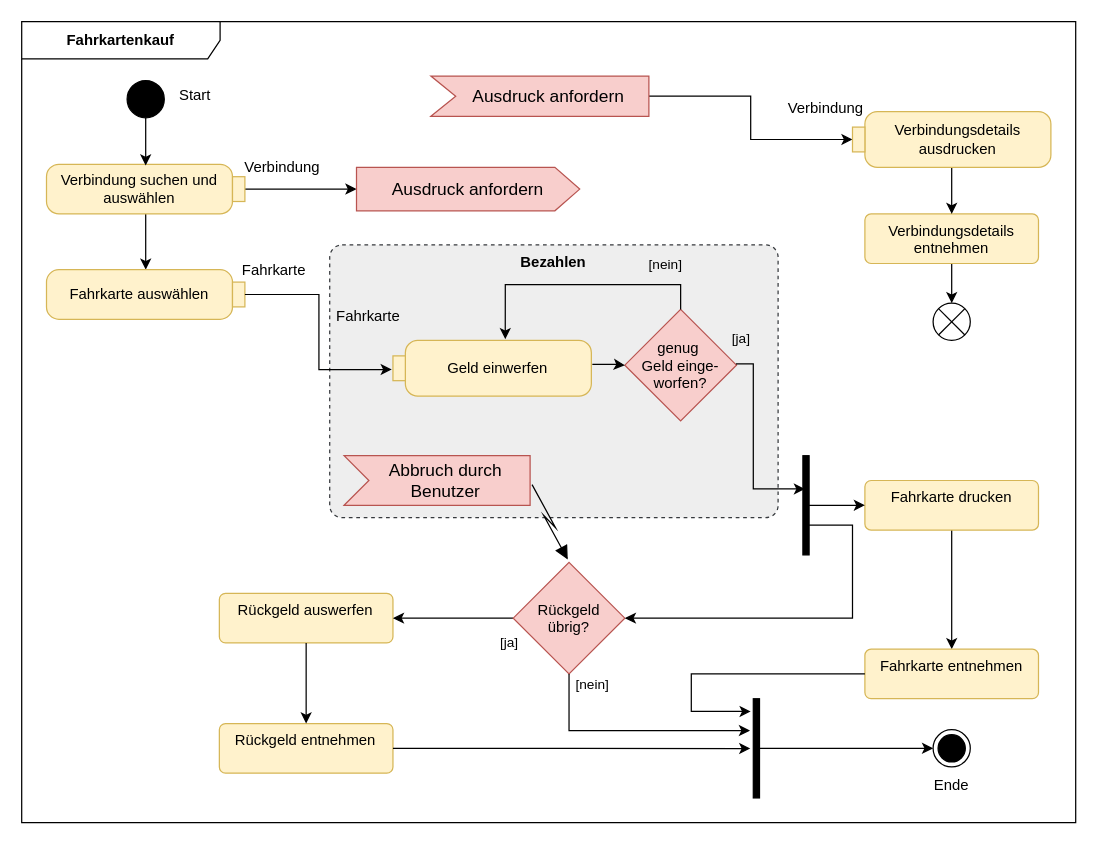
Before: swt_h03/h03_A3.drawio in cortex359/matse-aachen.ws23, a draw.io diagram. Source tidied: cells renumbered, new cells numbered last; positions are measured from the earlier drawing's top-left corner, leaving out a move shared by most shapes. Both pictures are drawn from the tidied source at 124%, with x=0, y=0 at pixel (21, 21).
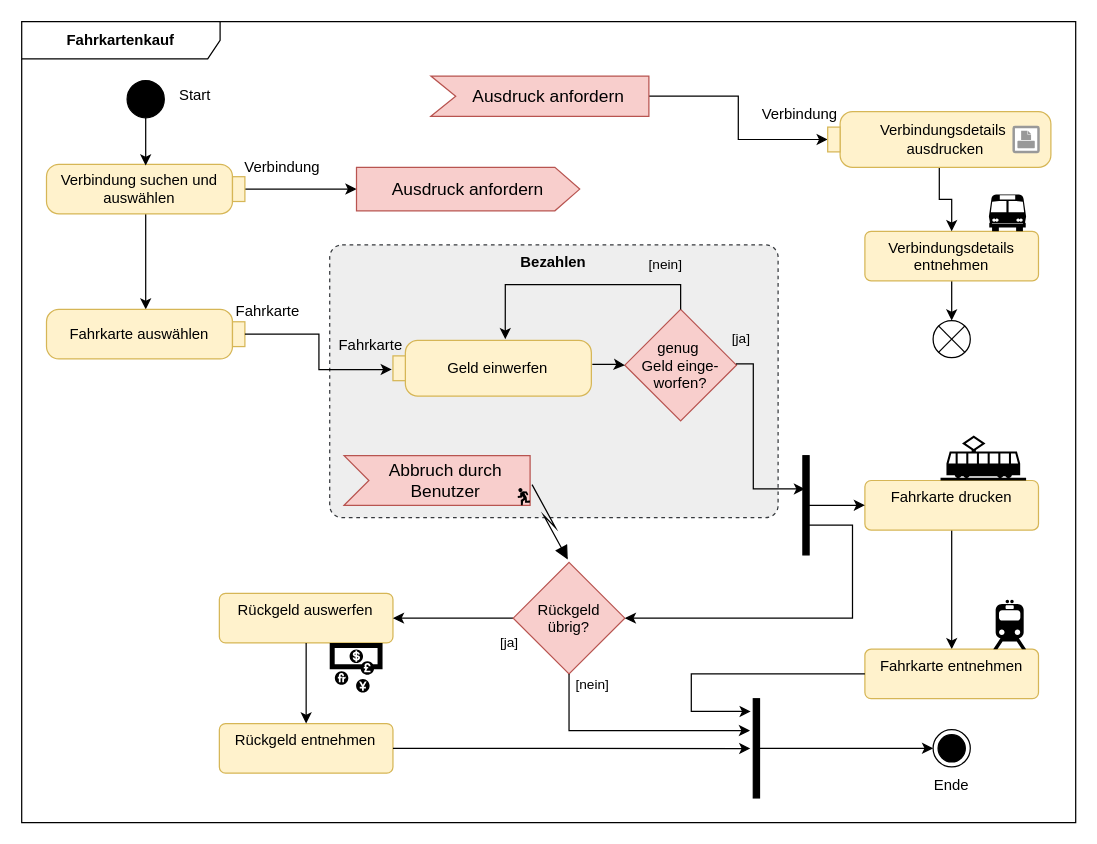
The same diagram, later.

Unchanged cells that the change refers to:
```xml
<mxCell id="2" value="Fahrkartenkauf" style="shape=umlFrame;whiteSpace=wrap;html=1;width=160;fontStyle=1;" parent="1" vertex="1">
  <mxGeometry width="850" height="646" as="geometry" />
</mxCell>
```

What changed in the source:
```diff
@@
     <mxCell id="8" value="Verbindungsdetails entnehmen" style="html=1;align=center;verticalAlign=top;rounded=1;absoluteArcSize=1;arcSize=10;dashed=0;whiteSpace=wrap;fillColor=#fff2cc;strokeColor=#d6b656;" parent="2" vertex="1">
-      <mxGeometry x="680" y="155" width="140" height="40" as="geometry" />
+      <mxGeometry x="680" y="169" width="140" height="40" as="geometry" />
     </mxCell>
@@
-    <mxCell id="23" value="&lt;div&gt;Verbindungsdetails ausdrucken&lt;/div&gt;" style="shape=mxgraph.uml25.action;html=1;align=center;verticalAlign=middle;absoluteArcSize=1;arcSize=10;dashed=0;spacingLeft=10;flipH=1;whiteSpace=wrap;fillColor=#fff2cc;strokeColor=#d6b656;" parent="2" vertex="1">
-      <mxGeometry x="670" y="72.5" width="160" height="45" as="geometry" />
+    <mxCell id="23" value="&lt;div&gt;Verbindungsdetails&amp;nbsp;&lt;/div&gt;&lt;div&gt;ausdrucken&lt;/div&gt;" style="shape=mxgraph.uml25.action;html=1;align=center;verticalAlign=middle;absoluteArcSize=1;arcSize=10;dashed=0;spacingLeft=10;flipH=1;whiteSpace=wrap;fillColor=#fff2cc;strokeColor=#d6b656;" parent="2" vertex="1">
+      <mxGeometry x="650" y="72.5" width="180" height="45" as="geometry" />
     </mxCell>
     <mxCell id="24" value="Verbindung" style="text;verticalAlign=middle;align=right;html=1;" parent="2" vertex="1">
-      <mxGeometry x="592.7" y="47.5" width="87.3" height="45" as="geometry" />
+      <mxGeometry x="571.4" y="52.5" width="87.3" height="45" as="geometry" />
     </mxCell>
@@
     <mxCell id="26" value="Fahrkarte auswählen" style="shape=mxgraph.uml25.action;html=1;align=center;verticalAlign=middle;absoluteArcSize=1;arcSize=10;dashed=0;spacingRight=10;whiteSpace=wrap;fillColor=#fff2cc;strokeColor=#d6b656;" parent="2" vertex="1">
-      <mxGeometry x="20" y="200" width="160" height="40" as="geometry" />
+      <mxGeometry x="20" y="232" width="160" height="40" as="geometry" />
     </mxCell>
     <mxCell id="27" value="Fahrkarte" style="text;verticalAlign=middle;align=left;html=1;" parent="2" vertex="1">
-      <mxGeometry x="175.5" y="186" width="70.9" height="30" as="geometry" />
+      <mxGeometry x="171" y="219" width="70.9" height="30" as="geometry" />
     </mxCell>
@@
     <mxCell id="30" value="Fahrkarte" style="text;verticalAlign=middle;align=left;html=1;" parent="2" vertex="1">
-      <mxGeometry x="252.4" y="223" width="70.9" height="30" as="geometry" />
+      <mxGeometry x="254.4" y="246" width="70.9" height="30" as="geometry" />
     </mxCell>
@@
     <mxCell id="38" style="shape=sumEllipse;perimeter=ellipsePerimeter;html=1;backgroundOutline=1;" parent="2" vertex="1">
-      <mxGeometry x="735" y="227" width="30" height="30" as="geometry" />
+      <mxGeometry x="735" y="241" width="30" height="30" as="geometry" />
     </mxCell>
@@
+    <mxCell id="49" style="shape=mxgraph.signs.transportation.tram_2;html=1;fillColor=#000000;strokeColor=none;verticalLabelPosition=bottom;verticalAlign=top;align=center;sketch=0;" parent="2" vertex="1">
+      <mxGeometry x="741" y="333.8" width="69" height="36.2" as="geometry" />
+    </mxCell>
+    <mxCell id="50" style="shape=mxgraph.signs.transportation.train_2;html=1;fillColor=#000000;strokeColor=none;verticalLabelPosition=bottom;verticalAlign=top;align=center;sketch=0;" parent="2" vertex="1">
+      <mxGeometry x="783.5" y="466.2" width="26.5" height="39.8" as="geometry" />
+    </mxCell>
+    <mxCell id="51" style="shape=mxgraph.signs.transportation.bus_1;html=1;fillColor=#000000;strokeColor=none;verticalLabelPosition=bottom;verticalAlign=top;align=center;sketch=0;" parent="2" vertex="1">
+      <mxGeometry x="780" y="139.3" width="30" height="29.7" as="geometry" />
+    </mxCell>
+    <mxCell id="52" style="shape=mxgraph.signs.travel.currency_exchange;html=1;fillColor=#000000;strokeColor=none;verticalLabelPosition=bottom;verticalAlign=top;align=center;sketch=0;" parent="2" vertex="1">
+      <mxGeometry x="248.4" y="501" width="42.6" height="40" as="geometry" />
+    </mxCell>
+    <mxCell id="53" style="shape=mxgraph.signs.sports.running;html=1;fillColor=#000000;strokeColor=none;verticalLabelPosition=bottom;verticalAlign=top;align=center;sketch=0;" parent="2" vertex="1">
+      <mxGeometry x="400" y="376" width="10" height="14" as="geometry" />
+    </mxCell>
+    <mxCell id="54" style="strokeColor=#999999;verticalLabelPosition=bottom;shadow=0;dashed=0;verticalAlign=top;strokeWidth=2;html=1;shape=mxgraph.mockup.misc.printIcon;" parent="2" vertex="1">
+      <mxGeometry x="800" y="85" width="20" height="20" as="geometry" />
+    </mxCell>
```
